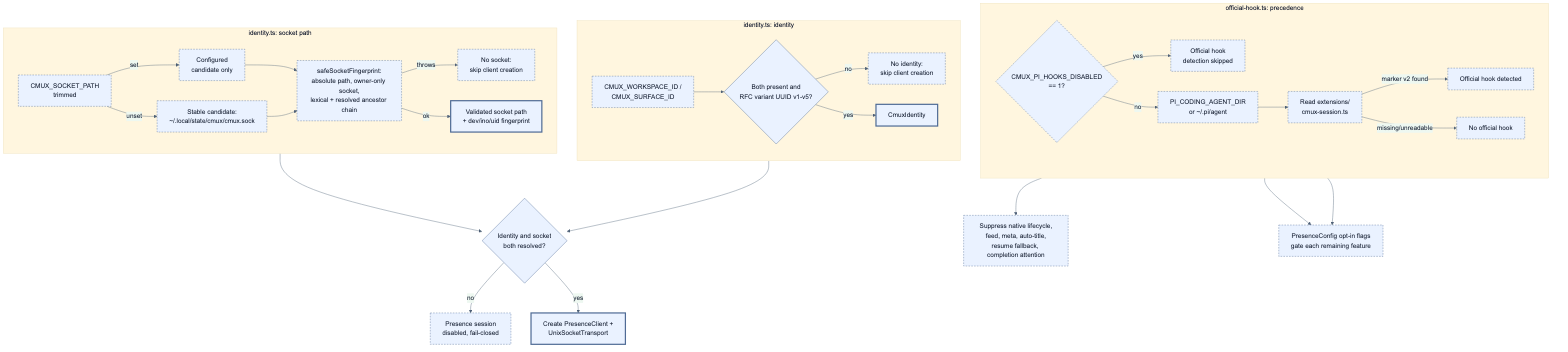
Earlier version of the Mermaid export docs/diagram/socket-resolution.png (spi-ca/pi-cmux-presence). Its source is kept beside it as docs/diagram/socket-resolution.mmd. The source it was exported from:
```mermaid
flowchart TB
  classDef core stroke-width:3px
  classDef boundary stroke-dasharray: 4 3
  classDef cmux stroke-width:3px,stroke-dasharray: 2 2

  subgraph Identity[identity.ts: identity]
    direction LR
    Env[CMUX_WORKSPACE_ID /<br/>CMUX_SURFACE_ID] --> UUIDCheck{Both present and<br/>RFC variant UUID v1-v5?}
    UUIDCheck -->|no| NoIdentity[No identity:<br/>skip client creation]
    UUIDCheck -->|yes| CmuxIdentity[CmuxIdentity]
  end

  subgraph Socket[identity.ts: socket path]
    direction LR
    Configured[CMUX_SOCKET_PATH<br/>trimmed] -->|set| Candidate1[Configured<br/>candidate only]
    Configured -->|unset| Candidate2[Stable candidate:<br/>~/.local/state/cmux/cmux.sock]
    Candidate1 --> Fingerprint
    Candidate2 --> Fingerprint
    Fingerprint[safeSocketFingerprint:<br/>absolute path, owner-only socket,<br/>lexical + resolved ancestor chain] -->|throws| NoSocket[No socket:<br/>skip client creation]
    Fingerprint -->|ok| ValidSocket[Validated socket path<br/>+ dev/ino/uid fingerprint]
  end

  CmuxIdentity --> Gate
  ValidSocket --> Gate
  Gate{Identity and socket<br/>both resolved?}
  Gate -->|no| Disabled[Presence session<br/>disabled, fail-closed]
  Gate -->|yes| ClientCreate[Create PresenceClient +<br/>UnixSocketTransport]

  subgraph Hook[official-hook.ts: precedence]
    direction LR
    HookEnv{CMUX_PI_HOOKS_DISABLED<br/>== 1?}
    HookEnv -->|yes| HookOff[Official hook<br/>detection skipped]
    HookEnv -->|no| HookDir[PI_CODING_AGENT_DIR<br/>or ~/.pi/agent]
    HookDir --> HookRead[Read extensions/<br/>cmux-session.ts]
    HookRead -->|marker v2 found| HookDetected[Official hook detected]
    HookRead -->|missing/unreadable| HookAbsent[No official hook]
  end

  HookDetected --> Precedence[Suppress native lifecycle,<br/>feed, meta, auto-title,<br/>resume fallback, completion attention]
  HookAbsent --> OptIn[PresenceConfig opt-in flags<br/>gate each remaining feature]
  HookOff --> OptIn

  class CmuxIdentity,ValidSocket,ClientCreate core
  class Env,Configured,Candidate1,Candidate2,Fingerprint,HookDir,HookRead,HookEnv boundary
  class NoIdentity,NoSocket,Disabled,HookOff,HookDetected,HookAbsent,Precedence,OptIn boundary
```
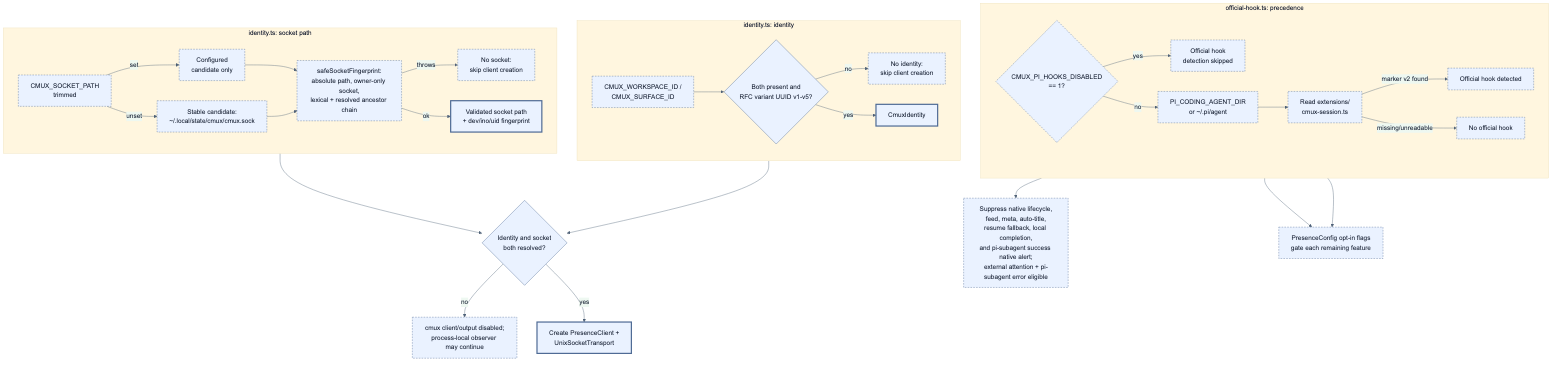
Later version of the same file.

Commit message:
docs: subagent 알림 정책 문서화

What changed in the source:
```diff
@@ -23,7 +23,7 @@
   CmuxIdentity --> Gate
   ValidSocket --> Gate
   Gate{Identity and socket<br/>both resolved?}
-  Gate -->|no| Disabled[Presence session<br/>disabled, fail-closed]
+  Gate -->|no| Disabled[cmux client/output disabled;<br/>process-local observer may continue]
   Gate -->|yes| ClientCreate[Create PresenceClient +<br/>UnixSocketTransport]
 
   subgraph Hook[official-hook.ts: precedence]
@@ -36,7 +36,7 @@
     HookRead -->|missing/unreadable| HookAbsent[No official hook]
   end
 
-  HookDetected --> Precedence[Suppress native lifecycle,<br/>feed, meta, auto-title,<br/>resume fallback, completion attention]
+  HookDetected --> Precedence[Suppress native lifecycle,<br/>feed, meta, auto-title,<br/>resume fallback, local completion,<br/>and pi-subagent success native alert;<br/>external attention + pi-subagent error eligible]
   HookAbsent --> OptIn[PresenceConfig opt-in flags<br/>gate each remaining feature]
   HookOff --> OptIn
 
```
